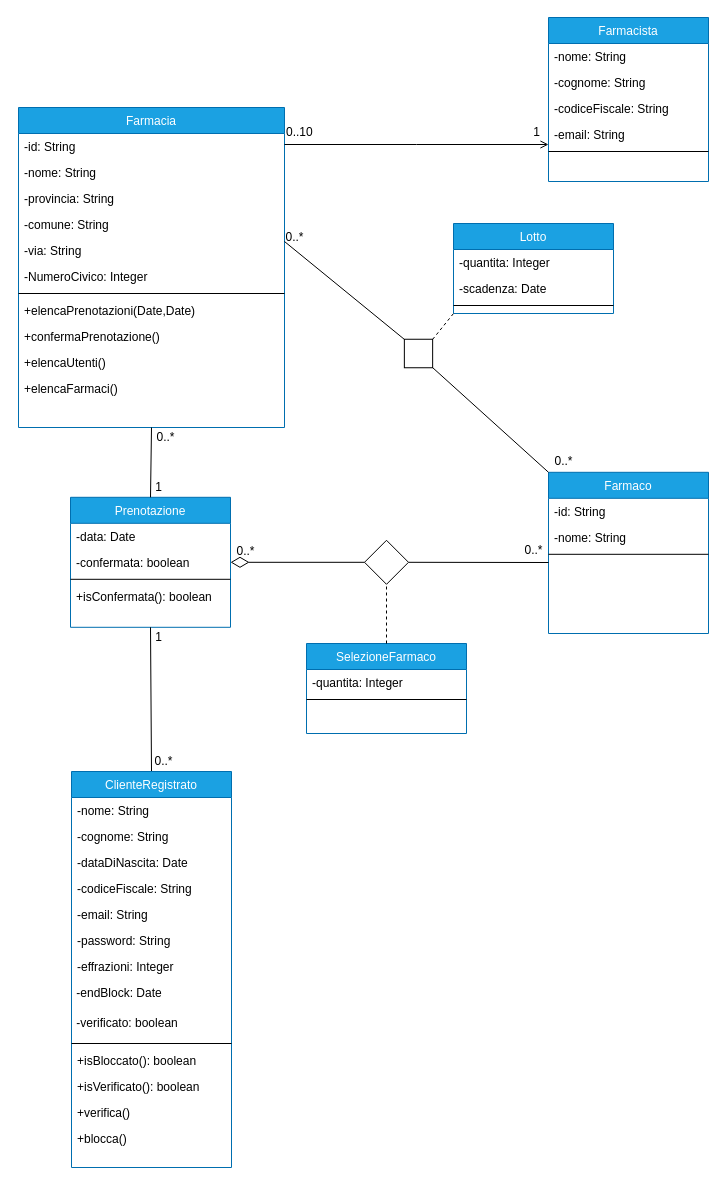
The draw.io diagram page "DominioCliente" (1 of 2) of drawio/Progettazione/DettaglioCliente.drawio in lnwor/farmabyte-doc, before the edit. Source tidied: cells renumbered, new cells numbered last; positions are measured from the earlier drawing's top-left corner, leaving out a move shared by most shapes. Both pictures are drawn from the tidied source at 100%, with x=0, y=0 at pixel (18, 17).
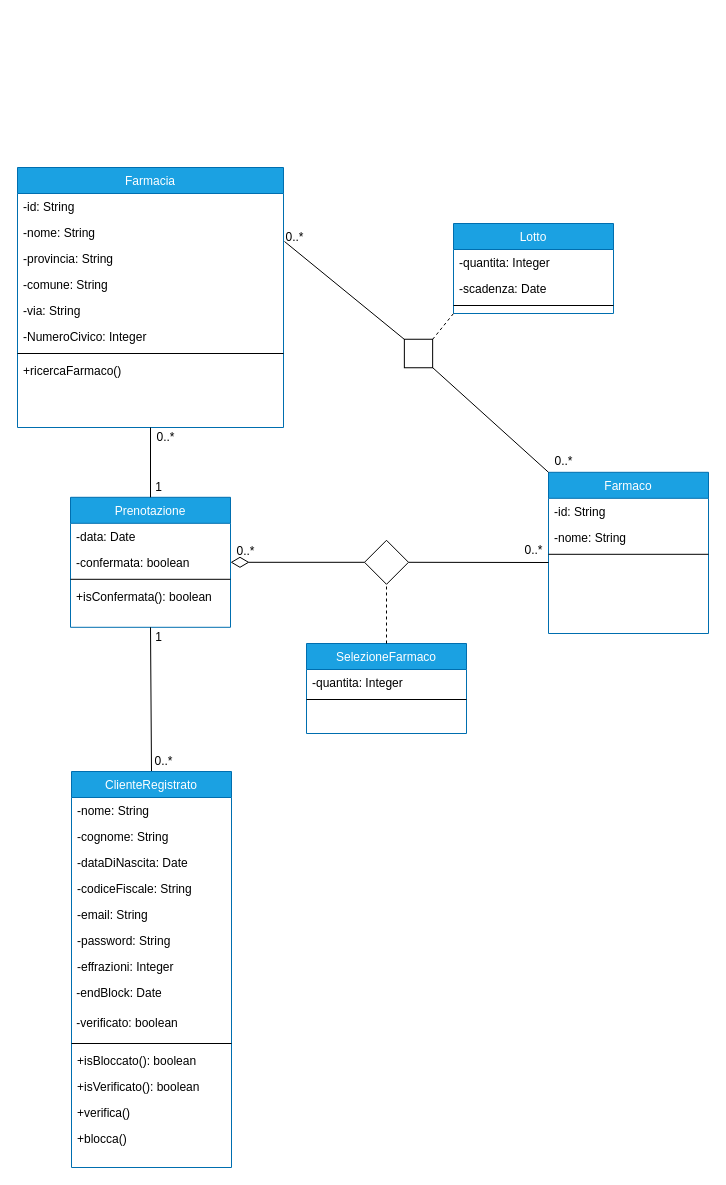
The same page after the edit.

Diff of the diagram source:
```diff
@@
     <mxCell id="2" value="Farmacia" style="swimlane;fontStyle=0;align=center;verticalAlign=top;horizontal=1;startSize=26;rounded=0;shadow=0;strokeWidth=1;fillColor=#1ba1e2;strokeColor=#006EAF;fontColor=#ffffff;" parent="1" vertex="1">
-      <mxGeometry y="90" width="266" height="320" as="geometry" />
+      <mxGeometry x="-1" y="150" width="266" height="260" as="geometry" />
     </mxCell>
@@
-    <mxCell id="10" value="+elencaPrenotazioni(Date,Date)" style="text;align=left;verticalAlign=top;spacingLeft=4;spacingRight=4;overflow=hidden;" parent="2" vertex="1">
-      <mxGeometry y="190" width="266" height="26" as="geometry" />
-    </mxCell>
-    <mxCell id="11" value="+confermaPrenotazione()" style="text;align=left;verticalAlign=top;spacingLeft=4;spacingRight=4;overflow=hidden;" parent="2" vertex="1">
-      <mxGeometry y="216" width="266" height="26" as="geometry" />
-    </mxCell>
-    <mxCell id="12" value="+elencaUtenti()" style="text;align=left;verticalAlign=top;spacingLeft=4;spacingRight=4;overflow=hidden;" parent="2" vertex="1">
-      <mxGeometry y="242" width="266" height="26" as="geometry" />
-    </mxCell>
-    <mxCell id="13" value="+elencaFarmaci()" style="text;align=left;verticalAlign=top;spacingLeft=4;spacingRight=4;overflow=hidden;" parent="2" vertex="1">
-      <mxGeometry y="268" width="266" height="26" as="geometry" />
-    </mxCell>
-    <mxCell id="14" value="Farmacista" style="swimlane;fontStyle=0;align=center;verticalAlign=top;horizontal=1;startSize=26;rounded=0;shadow=0;strokeWidth=1;fillColor=#1ba1e2;strokeColor=#006EAF;fontColor=#ffffff;" parent="1" vertex="1">
-      <mxGeometry x="530" width="160" height="164" as="geometry" />
-    </mxCell>
-    <mxCell id="15" value="-nome: String" style="text;align=left;verticalAlign=top;spacingLeft=4;spacingRight=4;overflow=hidden;" parent="14" vertex="1">
-      <mxGeometry y="26" width="160" height="26" as="geometry" />
-    </mxCell>
-    <mxCell id="16" value="-cognome: String" style="text;align=left;verticalAlign=top;spacingLeft=4;spacingRight=4;overflow=hidden;rounded=0;shadow=0;html=0;" parent="14" vertex="1">
-      <mxGeometry y="52" width="160" height="26" as="geometry" />
-    </mxCell>
-    <mxCell id="17" value="-codiceFiscale: String" style="text;align=left;verticalAlign=top;spacingLeft=4;spacingRight=4;overflow=hidden;rounded=0;shadow=0;html=0;" parent="14" vertex="1">
-      <mxGeometry y="78" width="160" height="26" as="geometry" />
-    </mxCell>
-    <mxCell id="18" value="-email: String" style="text;align=left;verticalAlign=top;spacingLeft=4;spacingRight=4;overflow=hidden;" parent="14" vertex="1">
-      <mxGeometry y="104" width="160" height="26" as="geometry" />
-    </mxCell>
-    <mxCell id="19" style="line;html=1;strokeWidth=1;align=left;verticalAlign=middle;spacingTop=-1;spacingLeft=3;spacingRight=3;labelPosition=right;" parent="14" vertex="1">
-      <mxGeometry y="130" width="160" height="8" as="geometry" />
-    </mxCell>
-    <mxCell id="20" style="endArrow=open;shadow=0;strokeWidth=1;rounded=0;endFill=1;edgeStyle=elbowEdgeStyle;elbow=vertical;" parent="1" edge="1" source="2" target="14">
-      <mxGeometry x="0.5" y="41" relative="1" as="geometry">
-        <mxPoint x="-40" y="32" as="offset" />
-      </mxGeometry>
-    </mxCell>
-    <mxCell id="21" value="0..10" style="align=left;verticalAlign=bottom;labelBackgroundColor=none;fontSize=12;" parent="20" vertex="1">
-      <mxGeometry x="-1" relative="1" as="geometry">
-        <mxPoint y="-4" as="offset" />
-      </mxGeometry>
-    </mxCell>
-    <mxCell id="22" value="1" style="align=right;verticalAlign=bottom;labelBackgroundColor=none;fontSize=12;" parent="20" vertex="1">
-      <mxGeometry x="1" relative="1" as="geometry">
-        <mxPoint x="-7" y="-4" as="offset" />
-      </mxGeometry>
-    </mxCell>
+    <mxCell id="72" value="+ricercaFarmaco()" style="text;align=left;verticalAlign=top;spacingLeft=4;spacingRight=4;overflow=hidden;" parent="2" vertex="1">
+      <mxGeometry y="190" width="266" height="26" as="geometry" />
+    </mxCell>
```
